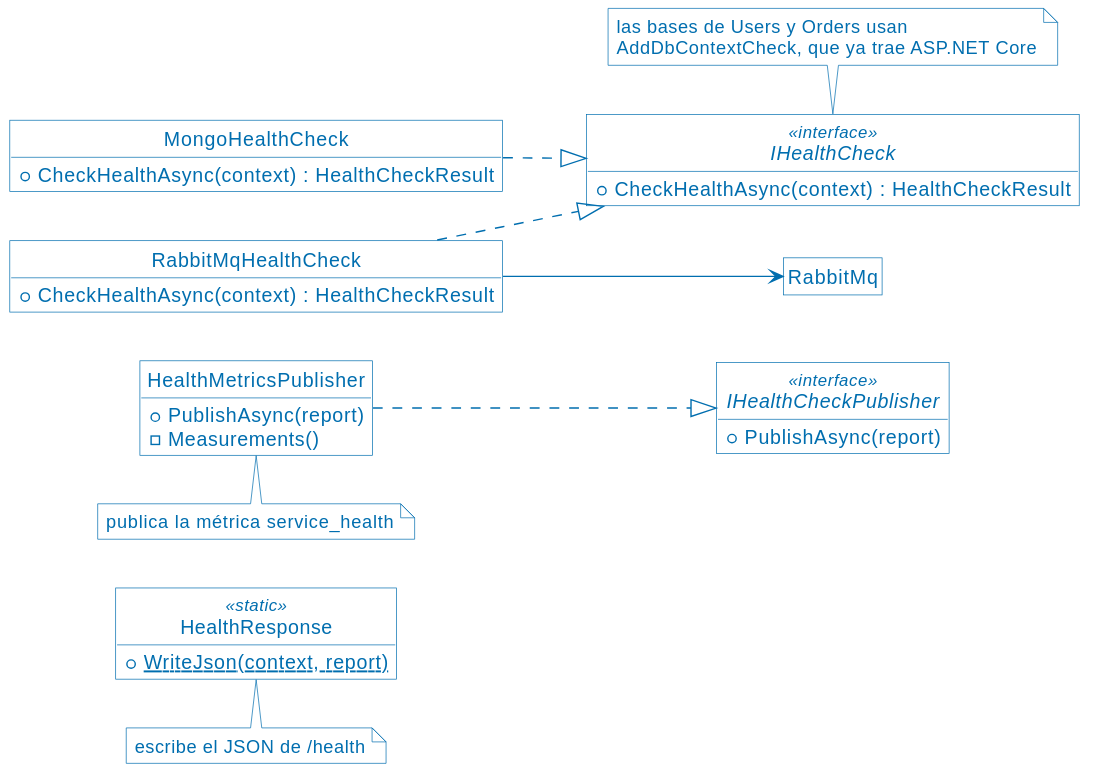
Above: assets/06-health-clases.svg in ucudal/ANDIS2_UT4_DEMO1 (PlantUML), before the change.
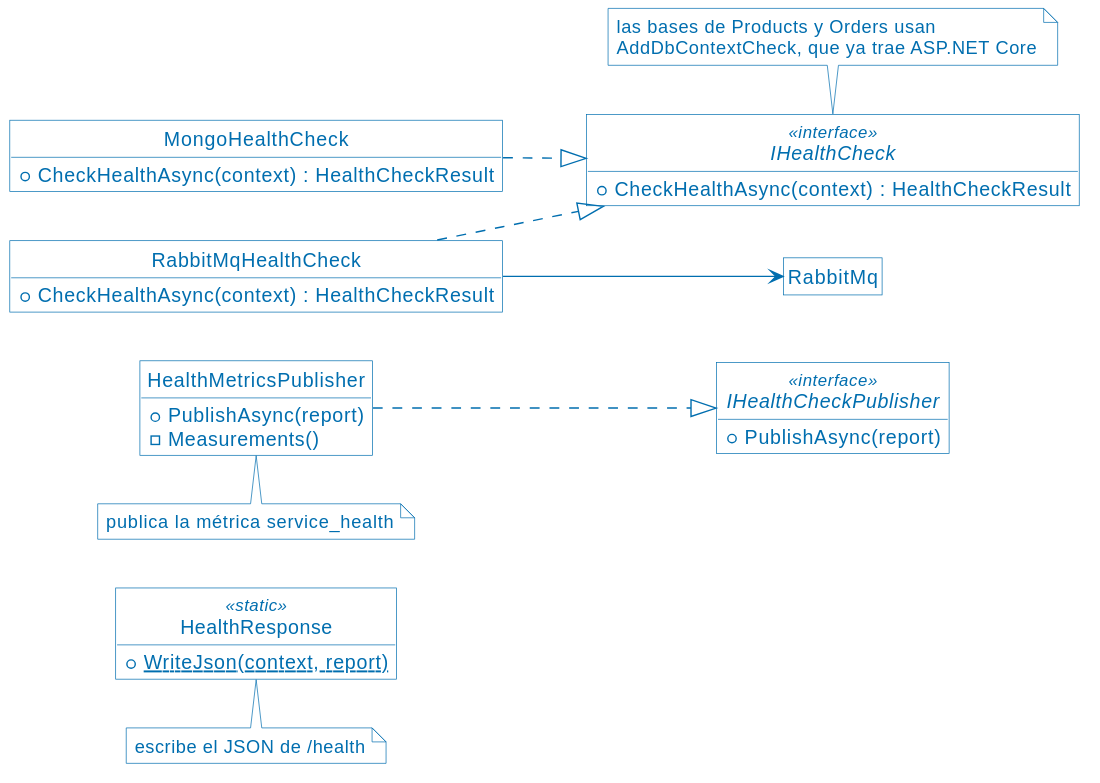
The same diagram one commit later.

Change to the diagram source:
```diff
@@ -31,5 +31,5 @@
 
 note bottom of HealthResponse : escribe el JSON de /health
 note bottom of HealthMetricsPublisher : publica la métrica service_health
-note top of IHealthCheck : las bases de Users y Orders usan\nAddDbContextCheck, que ya trae ASP.NET Core
+note top of IHealthCheck : las bases de Products y Orders usan\nAddDbContextCheck, que ya trae ASP.NET Core
 @enduml
```
